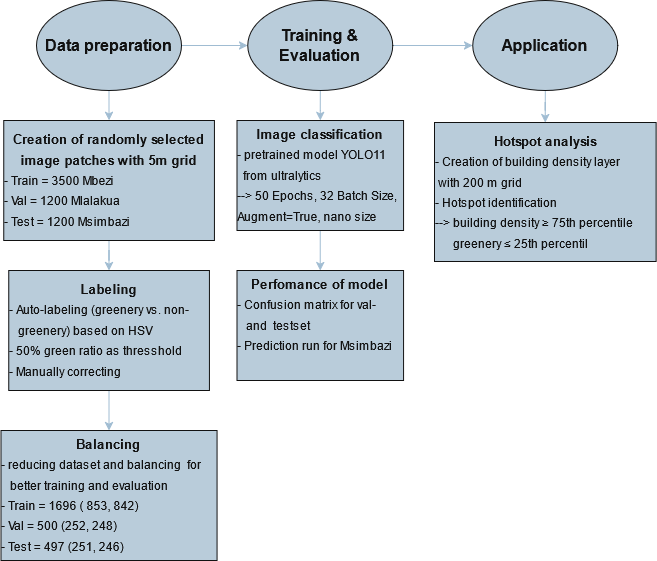
Above: illustrations/workflow.drawio.png in BaojingCai/GeoAI_and_DL (draw.io), before the change. Source tidied: cells renumbered, new cells last; positions are measured from the earlier drawing's top-left corner, leaving out a move shared by most shapes.
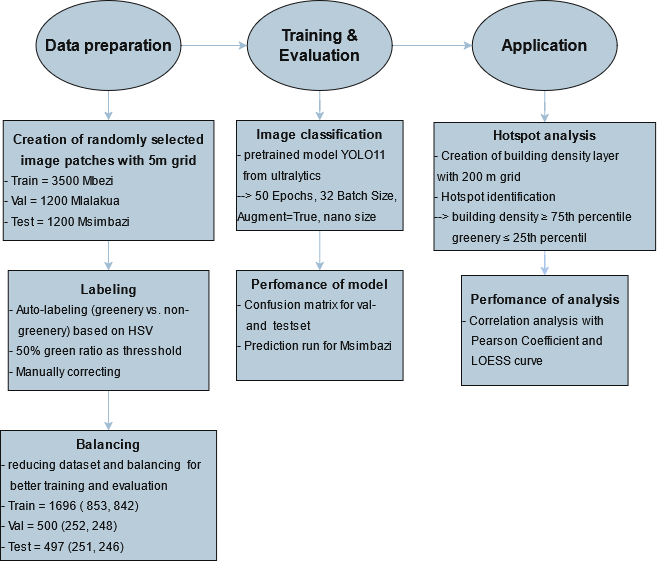
The same file after the commit.

Commit message:
added updated workflow with correlation analysis

What changed in the source:
```diff
@@ -9,7 +9,7 @@
       <mxGeometry relative="1" as="geometry" />
     </mxCell>
     <mxCell id="4" value="&lt;font style=&quot;font-size: 16px;&quot;&gt;&lt;b&gt;Data preparation&lt;/b&gt;&lt;/font&gt;" style="ellipse;whiteSpace=wrap;html=1;labelBackgroundColor=none;fillColor=#182E3E;strokeColor=#FFFFFF;fontColor=#FFFFFF;" parent="1" vertex="1">
-      <mxGeometry x="36" width="145" height="90" as="geometry" />
+      <mxGeometry x="35.9" width="145" height="90" as="geometry" />
     </mxCell>
     <mxCell id="5" style="edgeStyle=orthogonalEdgeStyle;rounded=0;jettySize=auto;html=1;labelBackgroundColor=none;strokeColor=#23445D;fontColor=default;" parent="1" edge="1" source="6" target="8">
       <mxGeometry relative="1" as="geometry" />
@@ -24,7 +24,7 @@
       <mxGeometry x="8.1" y="270" width="200.7" height="120" as="geometry" />
     </mxCell>
     <mxCell id="9" value="&lt;div style=&quot;line-height: 170%;&quot;&gt;&lt;div&gt;&lt;div&gt;&lt;b&gt;&lt;font style=&quot;font-size: 13px;&quot;&gt;Balancing&lt;/font&gt;&lt;/b&gt;&lt;/div&gt;&lt;div align=&quot;left&quot;&gt;- reducing dataset and balancing&amp;nbsp; for&amp;nbsp; &amp;nbsp; &amp;nbsp; &amp;nbsp;better training and evaluation&lt;/div&gt;&lt;div align=&quot;left&quot;&gt;- Train = 1696 ( 853, 842)&lt;/div&gt;&lt;div align=&quot;left&quot;&gt;- Val = 500 (252, 248)&lt;/div&gt;&lt;div align=&quot;left&quot;&gt;- Test = 497 (251, 246)&lt;/div&gt;&lt;/div&gt;&lt;/div&gt;" style="whiteSpace=wrap;html=1;labelBackgroundColor=none;fillColor=#182E3E;strokeColor=#FFFFFF;fontColor=#FFFFFF;" parent="1" vertex="1">
-      <mxGeometry x="0.5" y="430" width="216.1" height="130" as="geometry" />
+      <mxGeometry x="0.4" y="430" width="216.1" height="130" as="geometry" />
     </mxCell>
     <mxCell id="10" style="edgeStyle=orthogonalEdgeStyle;rounded=0;jettySize=auto;html=1;labelBackgroundColor=none;strokeColor=#23445D;fontColor=default;" parent="1" edge="1" source="12" target="14">
       <mxGeometry relative="1" as="geometry" />
@@ -50,8 +50,14 @@
     <mxCell id="17" value="&lt;div style=&quot;line-height: 170%;&quot;&gt;&lt;div&gt;&lt;b&gt;&lt;font style=&quot;font-size: 13px;&quot;&gt;Perfomance of model&lt;/font&gt;&lt;/b&gt;&lt;/div&gt;&lt;div align=&quot;left&quot;&gt;- Confusion matrix for val-&amp;nbsp; &amp;nbsp; &amp;nbsp; &amp;nbsp; &amp;nbsp; &amp;nbsp;and&amp;nbsp; testset&amp;nbsp;&lt;/div&gt;&lt;div align=&quot;left&quot;&gt;- Prediction run for Msimbazi&amp;nbsp; &amp;nbsp; &amp;nbsp;&lt;/div&gt;&lt;/div&gt;" style="whiteSpace=wrap;html=1;labelBackgroundColor=none;fillColor=#182E3E;strokeColor=#FFFFFF;fontColor=#FFFFFF;" parent="1" vertex="1">
       <mxGeometry x="236.4" y="270" width="166.6" height="110" as="geometry" />
     </mxCell>
+    <mxCell id="19" style="edgeStyle=orthogonalEdgeStyle;rounded=0;jettySize=auto;html=1;strokeColor=light-dark(#000000,#A9C4EB);" parent="1" edge="1" source="18" target="20">
+      <mxGeometry relative="1" as="geometry" />
+    </mxCell>
     <mxCell id="18" value="&lt;div style=&quot;line-height: 170%;&quot;&gt;&lt;div&gt;&lt;div&gt;&lt;b&gt;&lt;font style=&quot;font-size: 13px;&quot;&gt;Hotspot analysis&lt;/font&gt;&lt;/b&gt;&lt;/div&gt;&lt;div align=&quot;left&quot;&gt;- Creation of building density layer&amp;nbsp; &amp;nbsp; &amp;nbsp; &amp;nbsp;with 200 m grid&lt;/div&gt;&lt;div align=&quot;left&quot;&gt;- Hotspot identification&lt;/div&gt;&lt;div align=&quot;left&quot;&gt;--&amp;gt; building density ≥ 75th percentile&amp;nbsp; &amp;nbsp; &amp;nbsp; &amp;nbsp; &amp;nbsp; &amp;nbsp; &amp;nbsp; greenery ≤ 25th percentil&lt;/div&gt;&lt;/div&gt;&lt;/div&gt;" style="whiteSpace=wrap;html=1;labelBackgroundColor=none;fillColor=#182E3E;strokeColor=#FFFFFF;fontColor=#FFFFFF;" parent="1" vertex="1">
-      <mxGeometry x="433.9" y="122" width="221.6" height="139" as="geometry" />
+      <mxGeometry x="433.9" y="122" width="221.6" height="128" as="geometry" />
     </mxCell>
+    <mxCell id="20" value="&lt;div style=&quot;line-height: 170%;&quot;&gt;&lt;div&gt;&lt;b&gt;&lt;font style=&quot;font-size: 13px;&quot;&gt;Perfomance of analysis&lt;/font&gt;&lt;/b&gt;&lt;/div&gt;&lt;div align=&quot;left&quot;&gt;- Correlation analysis with&amp;nbsp; &amp;nbsp; &amp;nbsp; &amp;nbsp; &amp;nbsp; &amp;nbsp;Pearson Coefficient and&amp;nbsp; &amp;nbsp; &amp;nbsp; &amp;nbsp; &amp;nbsp; &amp;nbsp;LOESS curve&amp;nbsp; &amp;nbsp;&lt;/div&gt;&lt;/div&gt;" style="whiteSpace=wrap;html=1;labelBackgroundColor=none;fillColor=#182E3E;strokeColor=#FFFFFF;fontColor=#FFFFFF;" parent="1" vertex="1">
+      <mxGeometry x="461.4" y="275" width="166.6" height="110" as="geometry" />
+    </mxCell>
   </root>
 </mxGraphModel>
```
